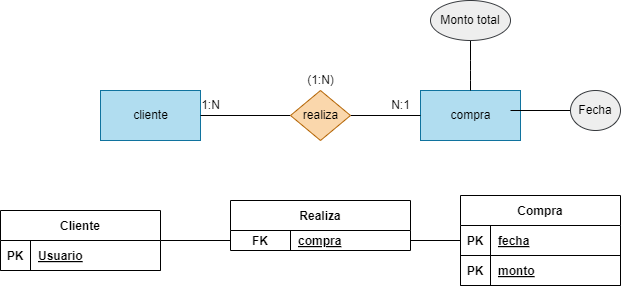
The draw.io diagram BAE/Tareas/Unidad2/Images/Ejercicio9.drawio.png in ResetMeNow/DAW, before a commit. Source tidied: cells renumbered, new cells last; positions are measured from the earlier drawing's top-left corner, leaving out a move shared by most shapes. The source it was exported from:
```xml
<mxGraphModel>
  <root>
    <mxCell id="0" />
    <mxCell id="1" parent="0" />
    <mxCell id="2" value="cliente" style="html=1;dashed=0;whitespace=wrap;fillColor=#b1ddf0;strokeColor=#10739e;" parent="1" vertex="1">
      <mxGeometry x="100" y="90" width="100" height="50" as="geometry" />
    </mxCell>
    <mxCell id="3" value="compra" style="html=1;dashed=0;whitespace=wrap;fillColor=#b1ddf0;strokeColor=#10739e;" parent="1" vertex="1">
      <mxGeometry x="420" y="90" width="100" height="50" as="geometry" />
    </mxCell>
    <mxCell id="4" style="edgeStyle=none;html=1;entryX=0;entryY=0.5;entryDx=0;entryDy=0;endArrow=none;endFill=0;" parent="1" edge="1" source="6" target="3">
      <mxGeometry relative="1" as="geometry" />
    </mxCell>
    <mxCell id="5" style="edgeStyle=none;html=1;entryX=1;entryY=0.5;entryDx=0;entryDy=0;endArrow=none;endFill=0;" parent="1" edge="1" source="6" target="2">
      <mxGeometry relative="1" as="geometry" />
    </mxCell>
    <mxCell id="6" value="realiza" style="shape=rhombus;html=1;dashed=0;whitespace=wrap;perimeter=rhombusPerimeter;fillColor=#fad7ac;strokeColor=#b46504;" parent="1" vertex="1">
      <mxGeometry x="290" y="90" width="60" height="50" as="geometry" />
    </mxCell>
    <mxCell id="7" value="1:N" style="text;html=1;align=center;verticalAlign=middle;strokeColor=none;fillColor=none;" parent="1" vertex="1">
      <mxGeometry x="190" y="90" width="40" height="30" as="geometry" />
    </mxCell>
    <mxCell id="8" value="N:1" style="text;html=1;align=center;verticalAlign=middle;strokeColor=none;fillColor=none;" parent="1" vertex="1">
      <mxGeometry x="380" y="90" width="40" height="30" as="geometry" />
    </mxCell>
    <mxCell id="9" value="(1:N)" style="text;html=1;align=center;verticalAlign=middle;strokeColor=none;fillColor=none;" parent="1" vertex="1">
      <mxGeometry x="295" y="65" width="50" height="30" as="geometry" />
    </mxCell>
    <mxCell id="10" style="edgeStyle=none;html=1;entryX=0.9;entryY=0.4;entryDx=0;entryDy=0;entryPerimeter=0;endArrow=none;endFill=0;" parent="1" edge="1" source="11" target="3">
      <mxGeometry relative="1" as="geometry" />
    </mxCell>
    <mxCell id="11" value="Fecha" style="ellipse;whiteSpace=wrap;html=1;align=center;fillColor=#eeeeee;strokeColor=#36393d;" parent="1" vertex="1">
      <mxGeometry x="570" y="90" width="50" height="40" as="geometry" />
    </mxCell>
    <mxCell id="12" style="edgeStyle=none;html=1;entryX=0.5;entryY=0;entryDx=0;entryDy=0;endArrow=none;endFill=0;" parent="1" edge="1" source="13" target="3">
      <mxGeometry relative="1" as="geometry">
        <Array as="points">
          <mxPoint x="470" y="70" />
        </Array>
      </mxGeometry>
    </mxCell>
    <mxCell id="13" value="Monto total" style="ellipse;whiteSpace=wrap;html=1;align=center;fillColor=#eeeeee;strokeColor=#36393d;" parent="1" vertex="1">
      <mxGeometry x="430" width="80" height="40" as="geometry" />
    </mxCell>
    <mxCell id="14" style="edgeStyle=none;html=1;entryX=0;entryY=0.5;entryDx=0;entryDy=0;endArrow=none;endFill=0;" parent="1" edge="1" source="15" target="20">
      <mxGeometry relative="1" as="geometry" />
    </mxCell>
    <mxCell id="15" value="Cliente" style="shape=table;startSize=30;rowLines=0;fontStyle=1;align=center;" parent="1" vertex="1">
      <mxGeometry y="210" width="160" height="60" as="geometry" />
    </mxCell>
    <mxCell id="16" style="shape=tableRow;horizontal=0;startSize=0;swimlaneHead=0;swimlaneBody=0;fillColor=none;top=0;left=0;right=0;bottom=1;" parent="15" vertex="1">
      <mxGeometry y="30" width="160" height="30" as="geometry" />
    </mxCell>
    <mxCell id="17" value="PK" style="shape=partialRectangle;fillColor=none;top=0;left=0;bottom=0;right=0;fontStyle=1;overflow=hidden;" parent="16" vertex="1">
      <mxGeometry width="30" height="30" as="geometry" />
    </mxCell>
    <mxCell id="18" value="Usuario" style="shape=partialRectangle;fillColor=none;top=0;left=0;bottom=0;right=0;align=left;spacingLeft=6;fontStyle=5;overflow=hidden;" parent="16" vertex="1">
      <mxGeometry x="30" width="130" height="30" as="geometry" />
    </mxCell>
    <mxCell id="19" value="Realiza" style="shape=table;startSize=30;rowLines=0;fontStyle=1;align=center;" parent="1" vertex="1">
      <mxGeometry x="230" y="200" width="180" height="50" as="geometry" />
    </mxCell>
    <mxCell id="20" style="shape=tableRow;horizontal=0;startSize=0;swimlaneHead=0;swimlaneBody=0;fillColor=none;points=[[0,0.5],[1,0.5]];portConstraint=eastwest;top=0;left=0;right=0;bottom=0;" parent="19" vertex="1">
      <mxGeometry y="30" width="180" height="20" as="geometry" />
    </mxCell>
    <mxCell id="21" value="FK" style="shape=partialRectangle;fillColor=none;top=0;left=0;bottom=0;right=0;fontStyle=1;overflow=hidden;" parent="20" vertex="1">
      <mxGeometry width="60" height="20" as="geometry" />
    </mxCell>
    <mxCell id="22" value="compra" style="shape=partialRectangle;fillColor=none;top=0;left=0;bottom=0;right=0;align=left;spacingLeft=6;fontStyle=5;overflow=hidden;" parent="20" vertex="1">
      <mxGeometry x="60" width="120" height="20" as="geometry" />
    </mxCell>
    <mxCell id="23" style="edgeStyle=none;html=1;entryX=1;entryY=0.5;entryDx=0;entryDy=0;endArrow=none;endFill=0;" parent="1" edge="1" source="24" target="20">
      <mxGeometry relative="1" as="geometry" />
    </mxCell>
    <mxCell id="24" value="Compra" style="shape=table;startSize=30;rowLines=0;fontStyle=1;align=center;" parent="1" vertex="1">
      <mxGeometry x="460" y="195" width="160" height="90" as="geometry" />
    </mxCell>
    <mxCell id="25" style="shape=tableRow;horizontal=0;startSize=0;swimlaneHead=0;swimlaneBody=0;fillColor=none;top=0;left=0;right=0;bottom=1;" parent="24" vertex="1">
      <mxGeometry y="30" width="160" height="30" as="geometry" />
    </mxCell>
    <mxCell id="26" value="PK" style="shape=partialRectangle;fillColor=none;top=0;left=0;bottom=0;right=0;fontStyle=1;overflow=hidden;" parent="25" vertex="1">
      <mxGeometry width="30" height="30" as="geometry" />
    </mxCell>
    <mxCell id="27" value="fecha" style="shape=partialRectangle;fillColor=none;top=0;left=0;bottom=0;right=0;align=left;spacingLeft=6;fontStyle=5;overflow=hidden;" parent="25" vertex="1">
      <mxGeometry x="30" width="130" height="30" as="geometry" />
    </mxCell>
    <mxCell id="28" style="shape=tableRow;horizontal=0;startSize=0;swimlaneHead=0;swimlaneBody=0;fillColor=none;top=0;left=0;right=0;bottom=1;" parent="24" vertex="1">
      <mxGeometry y="60" width="160" height="30" as="geometry" />
    </mxCell>
    <mxCell id="29" value="PK" style="shape=partialRectangle;fillColor=none;top=0;left=0;bottom=0;right=0;fontStyle=1;overflow=hidden;" parent="28" vertex="1">
      <mxGeometry width="30" height="30" as="geometry" />
    </mxCell>
    <mxCell id="30" value="monto" style="shape=partialRectangle;fillColor=none;top=0;left=0;bottom=0;right=0;align=left;spacingLeft=6;fontStyle=5;overflow=hidden;" parent="28" vertex="1">
      <mxGeometry x="30" width="130" height="30" as="geometry" />
    </mxCell>
  </root>
</mxGraphModel>
```
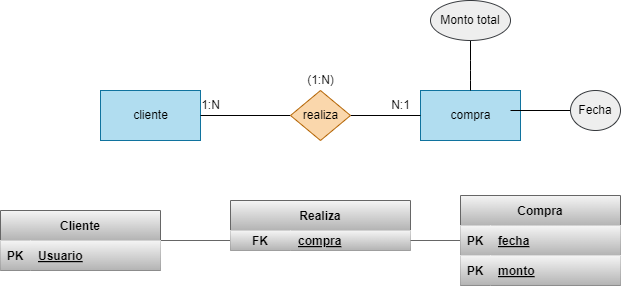
Later version of the same file.

What changed in the source:
```diff
@@ -42,55 +42,55 @@
     <mxCell id="13" value="Monto total" style="ellipse;whiteSpace=wrap;html=1;align=center;fillColor=#eeeeee;strokeColor=#36393d;" parent="1" vertex="1">
       <mxGeometry x="430" width="80" height="40" as="geometry" />
     </mxCell>
-    <mxCell id="14" style="edgeStyle=none;html=1;entryX=0;entryY=0.5;entryDx=0;entryDy=0;endArrow=none;endFill=0;" parent="1" edge="1" source="15" target="20">
+    <mxCell id="14" style="edgeStyle=none;html=1;entryX=0;entryY=0.5;entryDx=0;entryDy=0;endArrow=none;endFill=0;fillColor=#f5f5f5;gradientColor=#b3b3b3;strokeColor=#666666;" parent="1" edge="1" source="15" target="20">
       <mxGeometry relative="1" as="geometry" />
     </mxCell>
-    <mxCell id="15" value="Cliente" style="shape=table;startSize=30;rowLines=0;fontStyle=1;align=center;" parent="1" vertex="1">
+    <mxCell id="15" value="Cliente" style="shape=table;startSize=30;rowLines=0;fontStyle=1;align=center;fillColor=#f5f5f5;gradientColor=#b3b3b3;strokeColor=#666666;" parent="1" vertex="1">
       <mxGeometry y="210" width="160" height="60" as="geometry" />
     </mxCell>
-    <mxCell id="16" style="shape=tableRow;horizontal=0;startSize=0;swimlaneHead=0;swimlaneBody=0;fillColor=none;top=0;left=0;right=0;bottom=1;" parent="15" vertex="1">
+    <mxCell id="16" style="shape=tableRow;horizontal=0;startSize=0;swimlaneHead=0;swimlaneBody=0;fillColor=#f5f5f5;top=0;left=0;right=0;bottom=1;gradientColor=#b3b3b3;strokeColor=#666666;" parent="15" vertex="1">
       <mxGeometry y="30" width="160" height="30" as="geometry" />
     </mxCell>
-    <mxCell id="17" value="PK" style="shape=partialRectangle;fillColor=none;top=0;left=0;bottom=0;right=0;fontStyle=1;overflow=hidden;" parent="16" vertex="1">
+    <mxCell id="17" value="PK" style="shape=partialRectangle;fillColor=#f5f5f5;top=0;left=0;bottom=0;right=0;fontStyle=1;overflow=hidden;gradientColor=#b3b3b3;strokeColor=#666666;" parent="16" vertex="1">
       <mxGeometry width="30" height="30" as="geometry" />
     </mxCell>
-    <mxCell id="18" value="Usuario" style="shape=partialRectangle;fillColor=none;top=0;left=0;bottom=0;right=0;align=left;spacingLeft=6;fontStyle=5;overflow=hidden;" parent="16" vertex="1">
+    <mxCell id="18" value="Usuario" style="shape=partialRectangle;fillColor=#f5f5f5;top=0;left=0;bottom=0;right=0;align=left;spacingLeft=6;fontStyle=5;overflow=hidden;gradientColor=#b3b3b3;strokeColor=#666666;" parent="16" vertex="1">
       <mxGeometry x="30" width="130" height="30" as="geometry" />
     </mxCell>
-    <mxCell id="19" value="Realiza" style="shape=table;startSize=30;rowLines=0;fontStyle=1;align=center;" parent="1" vertex="1">
+    <mxCell id="19" value="Realiza" style="shape=table;startSize=30;rowLines=0;fontStyle=1;align=center;fillColor=#f5f5f5;gradientColor=#b3b3b3;strokeColor=#666666;" parent="1" vertex="1">
       <mxGeometry x="230" y="200" width="180" height="50" as="geometry" />
     </mxCell>
-    <mxCell id="20" style="shape=tableRow;horizontal=0;startSize=0;swimlaneHead=0;swimlaneBody=0;fillColor=none;points=[[0,0.5],[1,0.5]];portConstraint=eastwest;top=0;left=0;right=0;bottom=0;" parent="19" vertex="1">
+    <mxCell id="20" style="shape=tableRow;horizontal=0;startSize=0;swimlaneHead=0;swimlaneBody=0;fillColor=#f5f5f5;points=[[0,0.5],[1,0.5]];portConstraint=eastwest;top=0;left=0;right=0;bottom=0;gradientColor=#b3b3b3;strokeColor=#666666;" parent="19" vertex="1">
       <mxGeometry y="30" width="180" height="20" as="geometry" />
     </mxCell>
-    <mxCell id="21" value="FK" style="shape=partialRectangle;fillColor=none;top=0;left=0;bottom=0;right=0;fontStyle=1;overflow=hidden;" parent="20" vertex="1">
+    <mxCell id="21" value="FK" style="shape=partialRectangle;fillColor=#f5f5f5;top=0;left=0;bottom=0;right=0;fontStyle=1;overflow=hidden;gradientColor=#b3b3b3;strokeColor=#666666;" parent="20" vertex="1">
       <mxGeometry width="60" height="20" as="geometry" />
     </mxCell>
-    <mxCell id="22" value="compra" style="shape=partialRectangle;fillColor=none;top=0;left=0;bottom=0;right=0;align=left;spacingLeft=6;fontStyle=5;overflow=hidden;" parent="20" vertex="1">
+    <mxCell id="22" value="compra" style="shape=partialRectangle;fillColor=#f5f5f5;top=0;left=0;bottom=0;right=0;align=left;spacingLeft=6;fontStyle=5;overflow=hidden;gradientColor=#b3b3b3;strokeColor=#666666;" parent="20" vertex="1">
       <mxGeometry x="60" width="120" height="20" as="geometry" />
     </mxCell>
-    <mxCell id="23" style="edgeStyle=none;html=1;entryX=1;entryY=0.5;entryDx=0;entryDy=0;endArrow=none;endFill=0;" parent="1" edge="1" source="24" target="20">
+    <mxCell id="23" style="edgeStyle=none;html=1;entryX=1;entryY=0.5;entryDx=0;entryDy=0;endArrow=none;endFill=0;fillColor=#f5f5f5;gradientColor=#b3b3b3;strokeColor=#666666;" parent="1" edge="1" source="24" target="20">
       <mxGeometry relative="1" as="geometry" />
     </mxCell>
-    <mxCell id="24" value="Compra" style="shape=table;startSize=30;rowLines=0;fontStyle=1;align=center;" parent="1" vertex="1">
+    <mxCell id="24" value="Compra" style="shape=table;startSize=30;rowLines=0;fontStyle=1;align=center;fillColor=#f5f5f5;gradientColor=#b3b3b3;strokeColor=#666666;" parent="1" vertex="1">
       <mxGeometry x="460" y="195" width="160" height="90" as="geometry" />
     </mxCell>
-    <mxCell id="25" style="shape=tableRow;horizontal=0;startSize=0;swimlaneHead=0;swimlaneBody=0;fillColor=none;top=0;left=0;right=0;bottom=1;" parent="24" vertex="1">
+    <mxCell id="25" style="shape=tableRow;horizontal=0;startSize=0;swimlaneHead=0;swimlaneBody=0;fillColor=#f5f5f5;top=0;left=0;right=0;bottom=1;gradientColor=#b3b3b3;strokeColor=#666666;" parent="24" vertex="1">
       <mxGeometry y="30" width="160" height="30" as="geometry" />
     </mxCell>
-    <mxCell id="26" value="PK" style="shape=partialRectangle;fillColor=none;top=0;left=0;bottom=0;right=0;fontStyle=1;overflow=hidden;" parent="25" vertex="1">
+    <mxCell id="26" value="PK" style="shape=partialRectangle;fillColor=#f5f5f5;top=0;left=0;bottom=0;right=0;fontStyle=1;overflow=hidden;gradientColor=#b3b3b3;strokeColor=#666666;" parent="25" vertex="1">
       <mxGeometry width="30" height="30" as="geometry" />
     </mxCell>
-    <mxCell id="27" value="fecha" style="shape=partialRectangle;fillColor=none;top=0;left=0;bottom=0;right=0;align=left;spacingLeft=6;fontStyle=5;overflow=hidden;" parent="25" vertex="1">
+    <mxCell id="27" value="fecha" style="shape=partialRectangle;fillColor=#f5f5f5;top=0;left=0;bottom=0;right=0;align=left;spacingLeft=6;fontStyle=5;overflow=hidden;gradientColor=#b3b3b3;strokeColor=#666666;" parent="25" vertex="1">
       <mxGeometry x="30" width="130" height="30" as="geometry" />
     </mxCell>
-    <mxCell id="28" style="shape=tableRow;horizontal=0;startSize=0;swimlaneHead=0;swimlaneBody=0;fillColor=none;top=0;left=0;right=0;bottom=1;" parent="24" vertex="1">
+    <mxCell id="28" style="shape=tableRow;horizontal=0;startSize=0;swimlaneHead=0;swimlaneBody=0;fillColor=#f5f5f5;top=0;left=0;right=0;bottom=1;gradientColor=#b3b3b3;strokeColor=#666666;" parent="24" vertex="1">
       <mxGeometry y="60" width="160" height="30" as="geometry" />
     </mxCell>
-    <mxCell id="29" value="PK" style="shape=partialRectangle;fillColor=none;top=0;left=0;bottom=0;right=0;fontStyle=1;overflow=hidden;" parent="28" vertex="1">
+    <mxCell id="29" value="PK" style="shape=partialRectangle;fillColor=#f5f5f5;top=0;left=0;bottom=0;right=0;fontStyle=1;overflow=hidden;gradientColor=#b3b3b3;strokeColor=#666666;" parent="28" vertex="1">
       <mxGeometry width="30" height="30" as="geometry" />
     </mxCell>
-    <mxCell id="30" value="monto" style="shape=partialRectangle;fillColor=none;top=0;left=0;bottom=0;right=0;align=left;spacingLeft=6;fontStyle=5;overflow=hidden;" parent="28" vertex="1">
+    <mxCell id="30" value="monto" style="shape=partialRectangle;fillColor=#f5f5f5;top=0;left=0;bottom=0;right=0;align=left;spacingLeft=6;fontStyle=5;overflow=hidden;gradientColor=#b3b3b3;strokeColor=#666666;" parent="28" vertex="1">
       <mxGeometry x="30" width="130" height="30" as="geometry" />
     </mxCell>
   </root>
```
